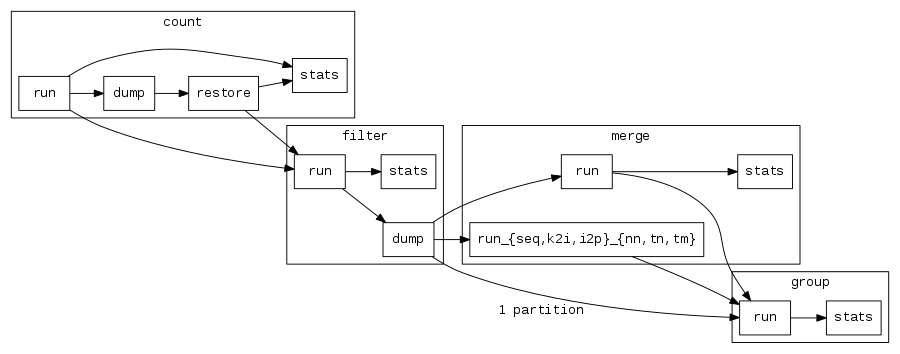
Above: doc/figures/deps.png in smufin/smufin-core (Graphviz), before the change. Its source is kept beside it as doc/figures/deps.dot.
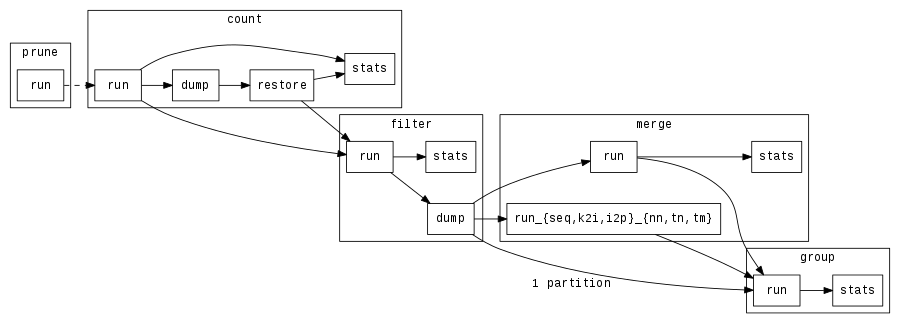
After the change.

Commit message:
Include prune stage in dependency graph

Diff of the diagram source:
```diff
@@ -6,6 +6,12 @@
     rankdir=LR;
 
     subgraph cluster_0 {
+        label = "prune"
+        color = black;
+        "prune:run" [label = run];
+    }
+
+    subgraph cluster_1 {
         label = "count"
         color = black;
         "count:run" [label = run];
@@ -14,7 +20,7 @@
         "count:restore" [label = restore];
     }
 
-    subgraph cluster_1 {
+    subgraph cluster_2 {
         label = "filter"
         color = black;
         "filter:run" [label = run];
@@ -22,7 +28,7 @@
         "filter:stats" [label = stats];
     }
 
-    subgraph cluster_2 {
+    subgraph cluster_3 {
         label = "merge"
         color = black;
         "merge:run" [label = run];
@@ -31,12 +37,14 @@
         "merge:stats" [label = stats];
     }
 
-    subgraph cluster_3 {
+    subgraph cluster_4 {
         label = "group"
         color = black;
         "group:run" [label = run];
         "group:stats" [label = stats];
     }
+
+    "prune:run" -> "count:run" [style = dashed]
 
     "count:run" -> "count:dump"
     "count:run" -> "count:stats"
```
